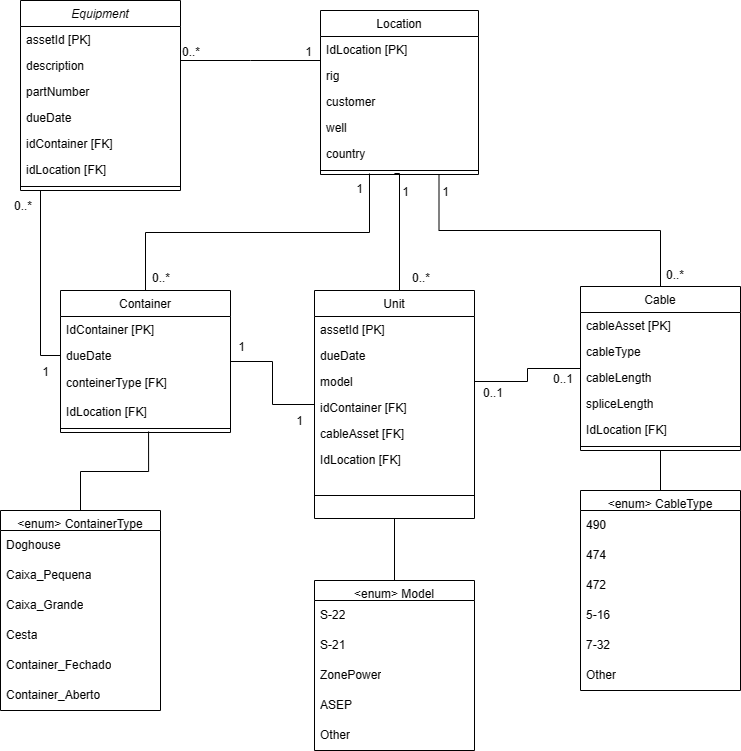
This is Class Diagram.drawio.png from edsonvinicius1991/Project.TCC.FEMASS, a draw.io export, as it was before one commit. Source tidied: cells renumbered, new cells last; positions are measured from the earlier drawing's top-left corner, leaving out a move shared by most shapes.
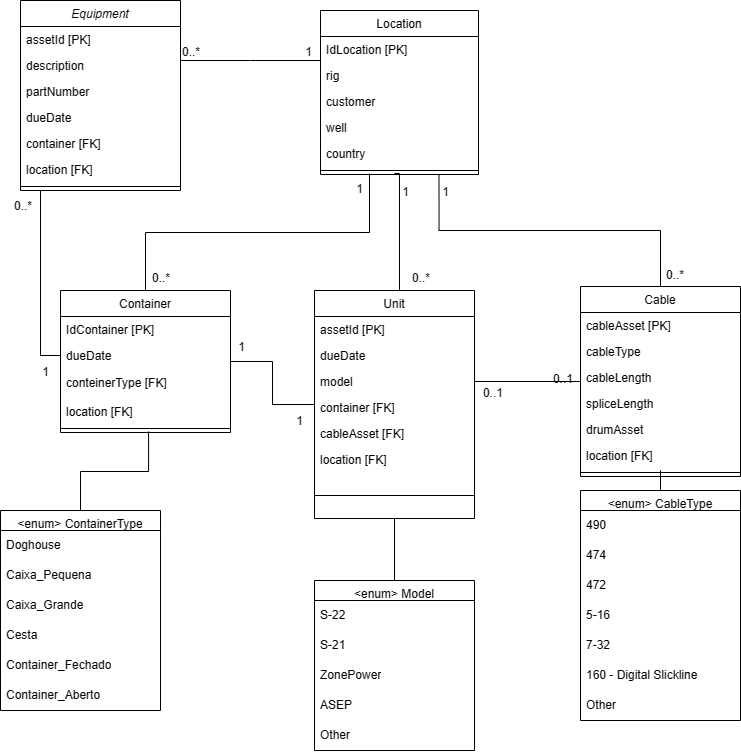
Later version of the same file.

Commit message:
Class Diagram updated. Version 2

Diff of the diagram source:
```diff
@@ -17,10 +17,10 @@
     <mxCell id="6" value="dueDate" style="text;align=left;verticalAlign=top;spacingLeft=4;spacingRight=4;overflow=hidden;rounded=0;shadow=0;html=0;" parent="2" vertex="1">
       <mxGeometry y="104" width="160" height="26" as="geometry" />
     </mxCell>
-    <mxCell id="7" value="idContainer [FK]" style="text;align=left;verticalAlign=top;spacingLeft=4;spacingRight=4;overflow=hidden;" parent="2" vertex="1">
+    <mxCell id="7" value="container [FK]" style="text;align=left;verticalAlign=top;spacingLeft=4;spacingRight=4;overflow=hidden;" parent="2" vertex="1">
       <mxGeometry y="130" width="160" height="26" as="geometry" />
     </mxCell>
-    <mxCell id="8" value="idLocation [FK]" style="text;align=left;verticalAlign=top;spacingLeft=4;spacingRight=4;overflow=hidden;" parent="2" vertex="1">
+    <mxCell id="8" value="location [FK]" style="text;align=left;verticalAlign=top;spacingLeft=4;spacingRight=4;overflow=hidden;" parent="2" vertex="1">
       <mxGeometry y="156" width="160" height="26" as="geometry" />
     </mxCell>
     <mxCell id="9" style="line;html=1;strokeWidth=1;align=left;verticalAlign=middle;spacingTop=-1;spacingLeft=3;spacingRight=3;labelPosition=right;" parent="2" vertex="1">
@@ -46,7 +46,7 @@
     <mxCell id="15" value="conteinerType [FK]" style="text;strokeColor=none;fillColor=none;align=left;verticalAlign=middle;spacingLeft=4;spacingRight=4;overflow=hidden;whiteSpace=wrap;html=1;" parent="11" vertex="1">
       <mxGeometry y="78" width="170" height="30" as="geometry" />
     </mxCell>
-    <mxCell id="16" value="IdLocation [FK]" style="text;align=left;verticalAlign=top;spacingLeft=4;spacingRight=4;overflow=hidden;rounded=0;shadow=0;html=0;" parent="11" vertex="1">
+    <mxCell id="16" value="location [FK]" style="text;align=left;verticalAlign=top;spacingLeft=4;spacingRight=4;overflow=hidden;rounded=0;shadow=0;html=0;" parent="11" vertex="1">
       <mxGeometry y="108" width="170" height="26" as="geometry" />
     </mxCell>
     <mxCell id="17" style="line;html=1;strokeWidth=1;align=left;verticalAlign=middle;spacingTop=-1;spacingLeft=3;spacingRight=3;labelPosition=right;points=[];portConstraint=eastwest;" parent="11" vertex="1">
@@ -74,13 +74,13 @@
     <mxCell id="23" value="model" style="text;align=left;verticalAlign=top;spacingLeft=4;spacingRight=4;overflow=hidden;points=[[0,0.5],[1,0.5]];portConstraint=eastwest;rounded=0;shadow=0;html=0;" parent="20" vertex="1">
       <mxGeometry y="78" width="160" height="26" as="geometry" />
     </mxCell>
-    <mxCell id="24" value="idContainer [FK]" style="text;align=left;verticalAlign=top;spacingLeft=4;spacingRight=4;overflow=hidden;rounded=0;shadow=0;html=0;" parent="20" vertex="1">
+    <mxCell id="24" value="container [FK]" style="text;align=left;verticalAlign=top;spacingLeft=4;spacingRight=4;overflow=hidden;rounded=0;shadow=0;html=0;" parent="20" vertex="1">
       <mxGeometry y="104" width="160" height="26" as="geometry" />
     </mxCell>
     <mxCell id="25" value="cableAsset [FK]" style="text;align=left;verticalAlign=top;spacingLeft=4;spacingRight=4;overflow=hidden;rounded=0;shadow=0;html=0;" parent="20" vertex="1">
       <mxGeometry y="130" width="160" height="26" as="geometry" />
     </mxCell>
-    <mxCell id="26" value="IdLocation [FK]" style="text;align=left;verticalAlign=top;spacingLeft=4;spacingRight=4;overflow=hidden;rounded=0;shadow=0;html=0;" parent="20" vertex="1">
+    <mxCell id="26" value="location [FK]" style="text;align=left;verticalAlign=top;spacingLeft=4;spacingRight=4;overflow=hidden;rounded=0;shadow=0;html=0;" parent="20" vertex="1">
       <mxGeometry y="156" width="160" height="26" as="geometry" />
     </mxCell>
     <mxCell id="27" style="line;html=1;strokeWidth=1;align=left;verticalAlign=middle;spacingTop=-1;spacingLeft=3;spacingRight=3;labelPosition=right;" parent="20" vertex="1">
@@ -135,7 +135,7 @@
       </mxGeometry>
     </mxCell>
     <mxCell id="40" value="Cable" style="swimlane;fontStyle=0;align=center;verticalAlign=top;horizontal=1;startSize=26;rounded=0;shadow=0;strokeWidth=1;" parent="1" vertex="1">
-      <mxGeometry x="580" y="286" width="160" height="164" as="geometry" />
+      <mxGeometry x="580" y="286" width="160" height="190" as="geometry" />
     </mxCell>
     <mxCell id="41" value="cableAsset [PK]" style="text;align=left;verticalAlign=top;spacingLeft=4;spacingRight=4;overflow=hidden;" parent="40" vertex="1">
       <mxGeometry y="26" width="160" height="26" as="geometry" />
@@ -149,11 +149,14 @@
     <mxCell id="44" value="spliceLength&#10;" style="text;align=left;verticalAlign=top;spacingLeft=4;spacingRight=4;overflow=hidden;rounded=0;shadow=0;html=0;" parent="40" vertex="1">
       <mxGeometry y="104" width="160" height="26" as="geometry" />
     </mxCell>
+    <mxCell id="82" value="drumAsset" style="text;align=left;verticalAlign=top;spacingLeft=4;spacingRight=4;overflow=hidden;rounded=0;shadow=0;html=0;" parent="40" vertex="1">
+      <mxGeometry y="130" width="160" height="26" as="geometry" />
+    </mxCell>
-    <mxCell id="45" value="IdLocation [FK]" style="text;align=left;verticalAlign=top;spacingLeft=4;spacingRight=4;overflow=hidden;rounded=0;shadow=0;html=0;" parent="40" vertex="1">
-      <mxGeometry y="130" width="160" height="26" as="geometry" />
+    <mxCell id="45" value="location [FK]" style="text;align=left;verticalAlign=top;spacingLeft=4;spacingRight=4;overflow=hidden;rounded=0;shadow=0;html=0;" parent="40" vertex="1">
+      <mxGeometry y="156" width="160" height="26" as="geometry" />
     </mxCell>
     <mxCell id="46" style="line;html=1;strokeWidth=1;align=left;verticalAlign=middle;spacingTop=-1;spacingLeft=3;spacingRight=3;labelPosition=right;" parent="40" vertex="1">
-      <mxGeometry y="156" width="160" height="8" as="geometry" />
+      <mxGeometry y="182" width="160" height="8" as="geometry" />
     </mxCell>
     <mxCell id="47" style="edgeStyle=orthogonalEdgeStyle;rounded=0;jettySize=auto;html=1;entryX=0.518;entryY=0.875;entryDx=0;entryDy=0;entryPerimeter=0;endArrow=none;endFill=0;" parent="1" edge="1" source="48" target="17">
       <mxGeometry relative="1" as="geometry" />
@@ -183,7 +186,7 @@
       <mxGeometry relative="1" as="geometry" />
     </mxCell>
     <mxCell id="56" value="&lt;enum&gt; CableType" style="swimlane;fontStyle=0;align=center;verticalAlign=top;horizontal=1;startSize=20;rounded=0;shadow=0;strokeWidth=1;" parent="1" vertex="1">
-      <mxGeometry x="580" y="490" width="160" height="200" as="geometry" />
+      <mxGeometry x="580" y="490" width="160" height="230" as="geometry" />
     </mxCell>
     <mxCell id="57" value="490" style="text;strokeColor=none;fillColor=none;align=left;verticalAlign=middle;spacingLeft=4;spacingRight=4;overflow=hidden;whiteSpace=wrap;html=1;" parent="56" vertex="1">
       <mxGeometry y="20" width="160" height="30" as="geometry" />
@@ -200,8 +203,11 @@
     <mxCell id="61" value="7-32" style="text;strokeColor=none;fillColor=none;align=left;verticalAlign=middle;spacingLeft=4;spacingRight=4;overflow=hidden;whiteSpace=wrap;html=1;" parent="56" vertex="1">
       <mxGeometry y="140" width="160" height="30" as="geometry" />
     </mxCell>
+    <mxCell id="83" value="160 - Digital Slickline" style="text;strokeColor=none;fillColor=none;align=left;verticalAlign=middle;spacingLeft=4;spacingRight=4;overflow=hidden;whiteSpace=wrap;html=1;" parent="56" vertex="1">
+      <mxGeometry y="170" width="160" height="30" as="geometry" />
+    </mxCell>
     <mxCell id="62" value="Other" style="text;strokeColor=none;fillColor=none;align=left;verticalAlign=middle;spacingLeft=4;spacingRight=4;overflow=hidden;whiteSpace=wrap;html=1;" parent="56" vertex="1">
-      <mxGeometry y="170" width="160" height="30" as="geometry" />
+      <mxGeometry y="200" width="160" height="30" as="geometry" />
     </mxCell>
     <mxCell id="63" style="edgeStyle=orthogonalEdgeStyle;rounded=0;jettySize=auto;html=1;endArrow=none;endFill=0;entryX=0.5;entryY=1;entryDx=0;entryDy=0;" parent="1" edge="1" source="64" target="20">
       <mxGeometry relative="1" as="geometry" />
```
